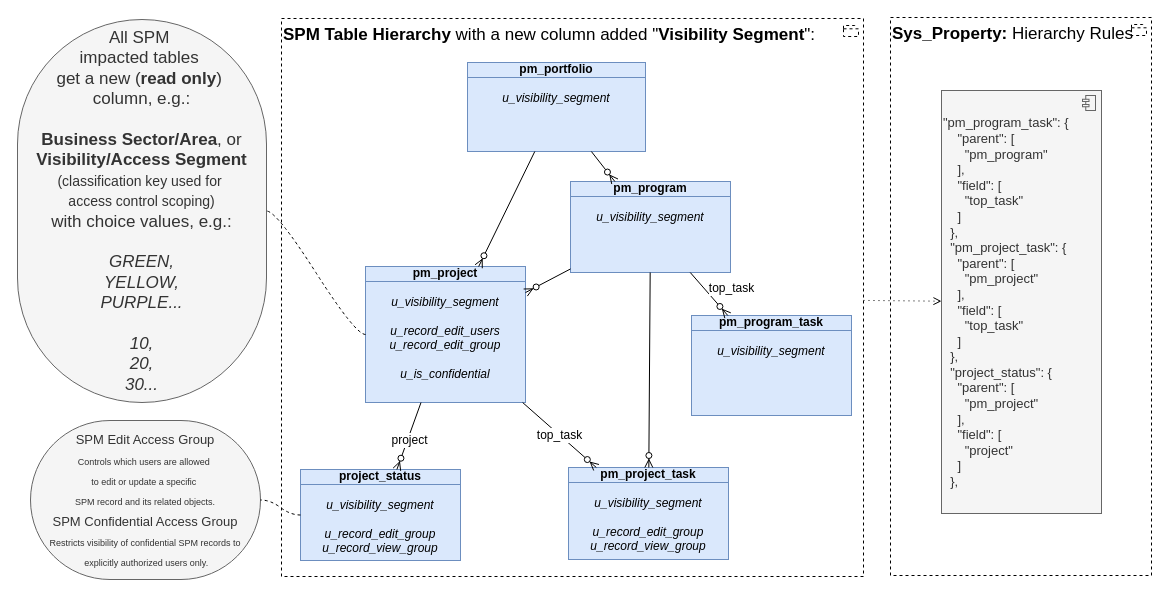
algimas/tmp keeps this draw.io diagram as page "hier1" (4 of 20) of Sar.drawio. Above is the earlier version. Source tidied: cells renumbered, new cells numbered last; positions are measured from the earlier drawing's top-left corner, leaving out a move shared by most shapes. Both pictures are drawn from the tidied source at 100%, with x=0, y=0 at pixel (17, 17).
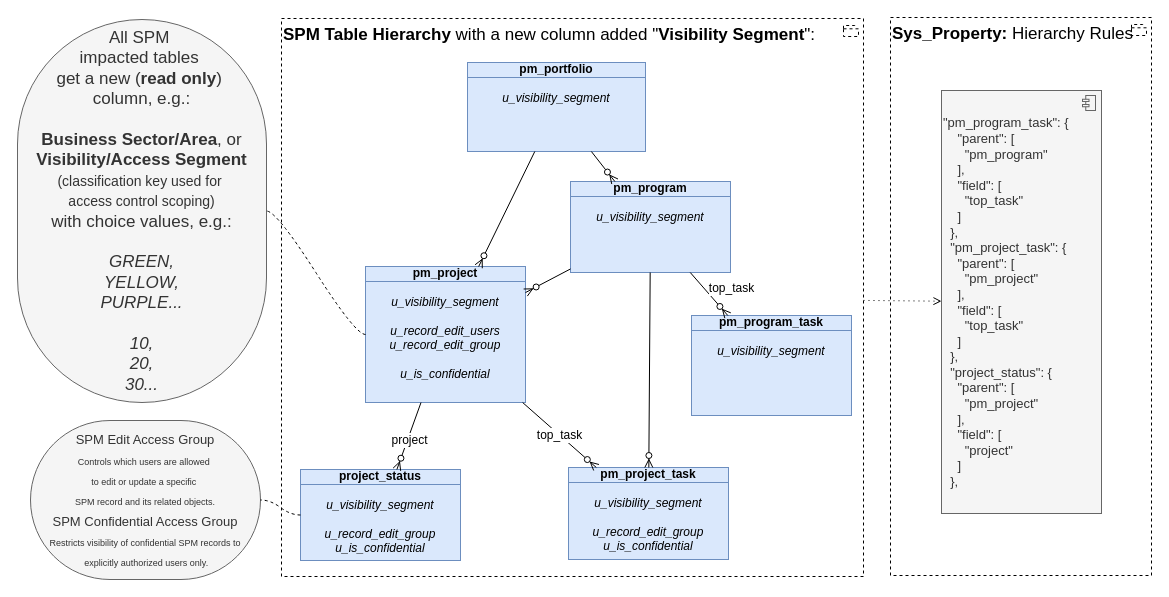
The same page after the edit.

The edit, as a diff of the source:
```diff
@@
-    <mxCell id="7" value="&lt;div&gt;&lt;b&gt;project_status&lt;/b&gt;&lt;/div&gt;&lt;div&gt;&lt;div&gt;&lt;i&gt;&lt;br&gt;&lt;/i&gt;&lt;/div&gt;&lt;div&gt;&lt;i&gt;u_visibility_segment&lt;/i&gt;&lt;/div&gt;&lt;div&gt;&lt;i&gt;&lt;br&gt;&lt;/i&gt;&lt;/div&gt;&lt;div&gt;&lt;i&gt;u_&lt;/i&gt;&lt;i&gt;record&lt;/i&gt;&lt;i&gt;_edit_group&lt;/i&gt;&lt;div&gt;&lt;i&gt;u_&lt;/i&gt;&lt;i&gt;record&lt;/i&gt;&lt;i&gt;_view_group&lt;/i&gt;&lt;/div&gt;&lt;/div&gt;&lt;br&gt;&lt;/div&gt;" style="html=1;outlineConnect=0;whiteSpace=wrap;fillColor=#dae8fc;shape=mxgraph.archimate3.businessObject;overflow=fill;strokeColor=#6c8ebf;fontStyle=0;fontSize=12;" parent="1" vertex="1">
+    <mxCell id="7" value="&lt;div&gt;&lt;b&gt;project_status&lt;/b&gt;&lt;/div&gt;&lt;div&gt;&lt;div&gt;&lt;i&gt;&lt;br&gt;&lt;/i&gt;&lt;/div&gt;&lt;div&gt;&lt;i&gt;u_visibility_segment&lt;/i&gt;&lt;/div&gt;&lt;div&gt;&lt;i&gt;&lt;br&gt;&lt;/i&gt;&lt;/div&gt;&lt;div&gt;&lt;i&gt;u_&lt;/i&gt;&lt;i&gt;record&lt;/i&gt;&lt;i&gt;_edit_group&lt;/i&gt;&lt;div&gt;&lt;i&gt;u_is_confidential&lt;/i&gt;&lt;/div&gt;&lt;/div&gt;&lt;br&gt;&lt;/div&gt;" style="html=1;outlineConnect=0;whiteSpace=wrap;fillColor=#dae8fc;shape=mxgraph.archimate3.businessObject;overflow=fill;strokeColor=#6c8ebf;fontStyle=0;fontSize=12;" parent="1" vertex="1">
       <mxGeometry x="283" y="452" width="160" height="91" as="geometry" />
     </mxCell>
@@
-    <mxCell id="10" value="&lt;div&gt;&lt;b&gt;pm_project_task&lt;/b&gt;&lt;/div&gt;&lt;div&gt;&lt;div&gt;&lt;i&gt;&lt;br&gt;&lt;/i&gt;&lt;/div&gt;&lt;div&gt;&lt;i&gt;u_visibility_segment&lt;/i&gt;&lt;/div&gt;&lt;div&gt;&lt;i&gt;&lt;br&gt;&lt;/i&gt;&lt;/div&gt;&lt;div&gt;&lt;div&gt;&lt;i&gt;u_&lt;/i&gt;&lt;i&gt;record&lt;/i&gt;&lt;i&gt;_edit_group&lt;/i&gt;&lt;div&gt;&lt;i&gt;u_&lt;/i&gt;&lt;i&gt;record&lt;/i&gt;&lt;i&gt;_view_group&lt;/i&gt;&lt;/div&gt;&lt;/div&gt;&lt;/div&gt;&lt;/div&gt;" style="html=1;outlineConnect=0;whiteSpace=wrap;fillColor=#dae8fc;shape=mxgraph.archimate3.businessObject;overflow=fill;strokeColor=#6c8ebf;fontStyle=0;fontSize=12;" parent="1" vertex="1">
+    <mxCell id="10" value="&lt;div&gt;&lt;b&gt;pm_project_task&lt;/b&gt;&lt;/div&gt;&lt;div&gt;&lt;div&gt;&lt;i&gt;&lt;br&gt;&lt;/i&gt;&lt;/div&gt;&lt;div&gt;&lt;i&gt;u_visibility_segment&lt;/i&gt;&lt;/div&gt;&lt;div&gt;&lt;i&gt;&lt;br&gt;&lt;/i&gt;&lt;/div&gt;&lt;div&gt;&lt;i&gt;u_&lt;/i&gt;&lt;i&gt;record&lt;/i&gt;&lt;i&gt;_edit_group&lt;/i&gt;&lt;div&gt;&lt;i&gt;u_is_confidential&lt;/i&gt;&lt;/div&gt;&lt;/div&gt;&lt;/div&gt;" style="html=1;outlineConnect=0;whiteSpace=wrap;fillColor=#dae8fc;shape=mxgraph.archimate3.businessObject;overflow=fill;strokeColor=#6c8ebf;fontStyle=0;fontSize=12;" parent="1" vertex="1">
       <mxGeometry x="551" y="450" width="160" height="92" as="geometry" />
     </mxCell>
```
